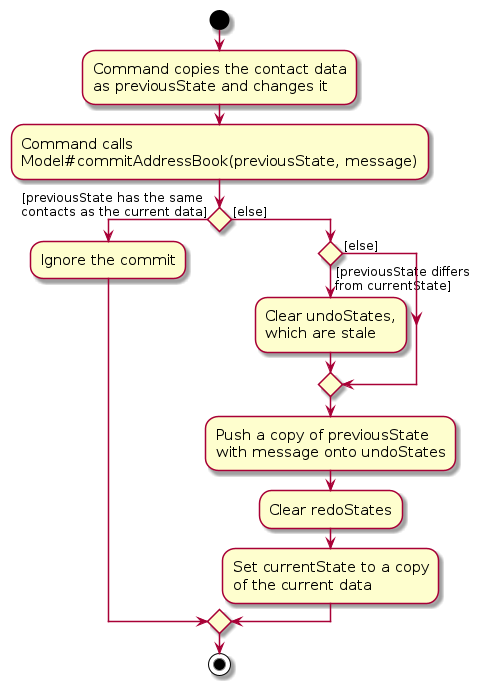
The PlantUML diagram diagrams/CommitActivityDiagram.png in AY2627S1-CS2103T-F15-3/tp, before a commit. Its source is kept beside it as diagrams/CommitActivityDiagram.puml.
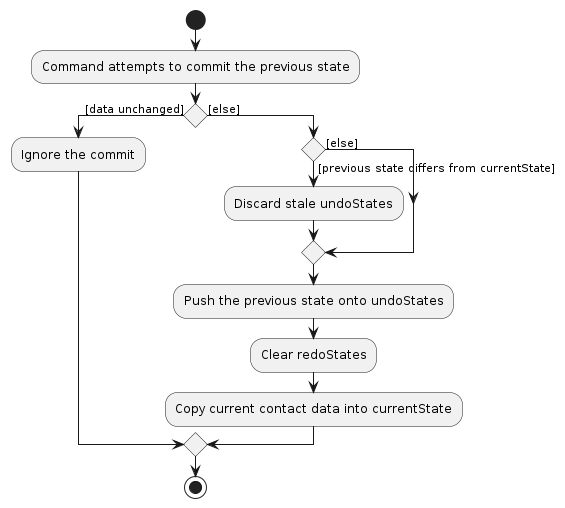
After the commit.

What changed in the source:
```diff
@@ -1,29 +1,18 @@
 @startuml
-skin rose
-skinparam ActivityFontSize 15
-skinparam ArrowFontSize 12
+!include style.puml
+skinparam ArrowFontStyle plain
 start
-:Command copies the contact data
-as previousState and changes it;
-:Command calls
-Model#commitAddressBook(previousState, message);
-
-
-if () then ([previousState has the same
-contacts as the current data])
-    :Ignore the commit;
+:Command attempts to commit the previous state;
+if () then ([data unchanged])
+  :Ignore the commit;
 else ([else])
-    if () then ([previousState differs
-from currentState])
-        :Clear undoStates,
-        which are stale;
-    else ([else])
-    endif
-    :Push a copy of previousState
-    with message onto undoStates;
-    :Clear redoStates;
-    :Set currentState to a copy
-    of the current data;
+  if () then ([previous state differs from currentState])
+    :Discard stale undoStates;
+  else ([else])
+  endif
+  :Push the previous state onto undoStates;
+  :Clear redoStates;
+  :Copy current contact data into currentState;
 endif
 stop
 @enduml
```
